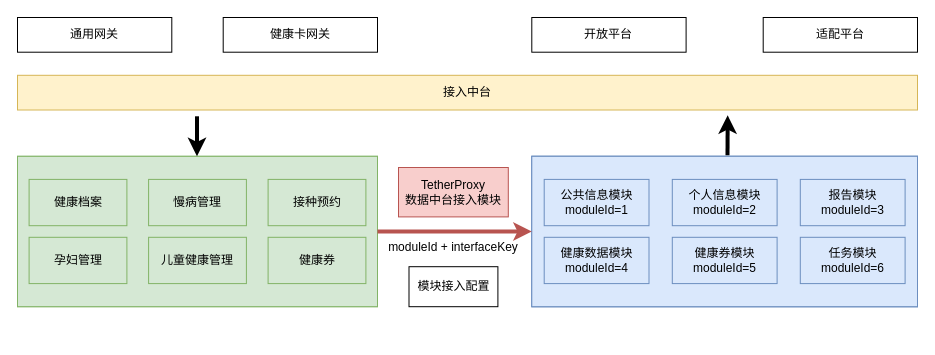
Earlier version of the draw.io diagram Microservice.drawio (axtrur/resource). Source tidied: cells renumbered, new cells numbered last; positions are measured from the earlier drawing's top-left corner, leaving out a move shared by most shapes. Both pictures are drawn from the tidied source at 100%, with x=0, y=0 at pixel (17, 17).
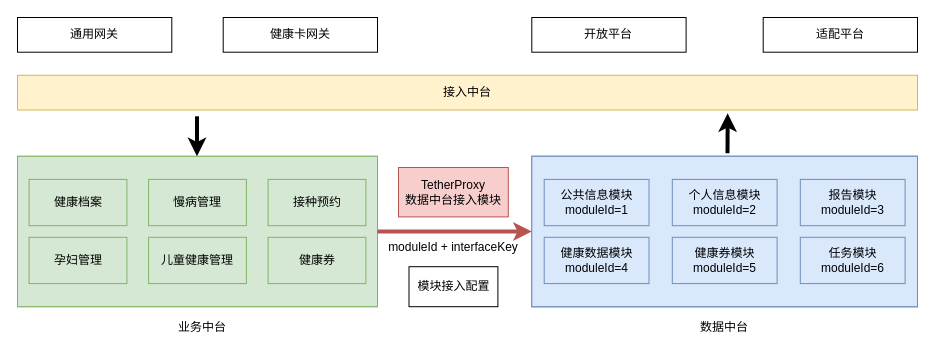
The same page after the edit.

Change to the diagram source:
```diff
@@
     <mxCell id="29" style="endArrow=classic;html=1;strokeWidth=4;fontColor=#000000;" parent="1" edge="1">
       <mxGeometry relative="1" as="geometry">
-        <mxPoint x="710" y="137.8" as="sourcePoint" />
-        <mxPoint x="710.2" y="97.8" as="targetPoint" />
+        <mxPoint x="710" y="135.8" as="sourcePoint" />
+        <mxPoint x="710.2" y="95.8" as="targetPoint" />
       </mxGeometry>
     </mxCell>
+    <mxCell id="30" value="业务中台" style="text;html=1;strokeColor=none;fillColor=none;align=center;verticalAlign=middle;whiteSpace=wrap;rounded=0;fontColor=#000000;" parent="1" vertex="1">
+      <mxGeometry x="160" y="300" width="50" height="20" as="geometry" />
+    </mxCell>
+    <mxCell id="31" value="数据中台" style="text;html=1;strokeColor=none;fillColor=none;align=center;verticalAlign=middle;whiteSpace=wrap;rounded=0;fontColor=#000000;" parent="1" vertex="1">
+      <mxGeometry x="682.1" y="300" width="50" height="20" as="geometry" />
+    </mxCell>
```
